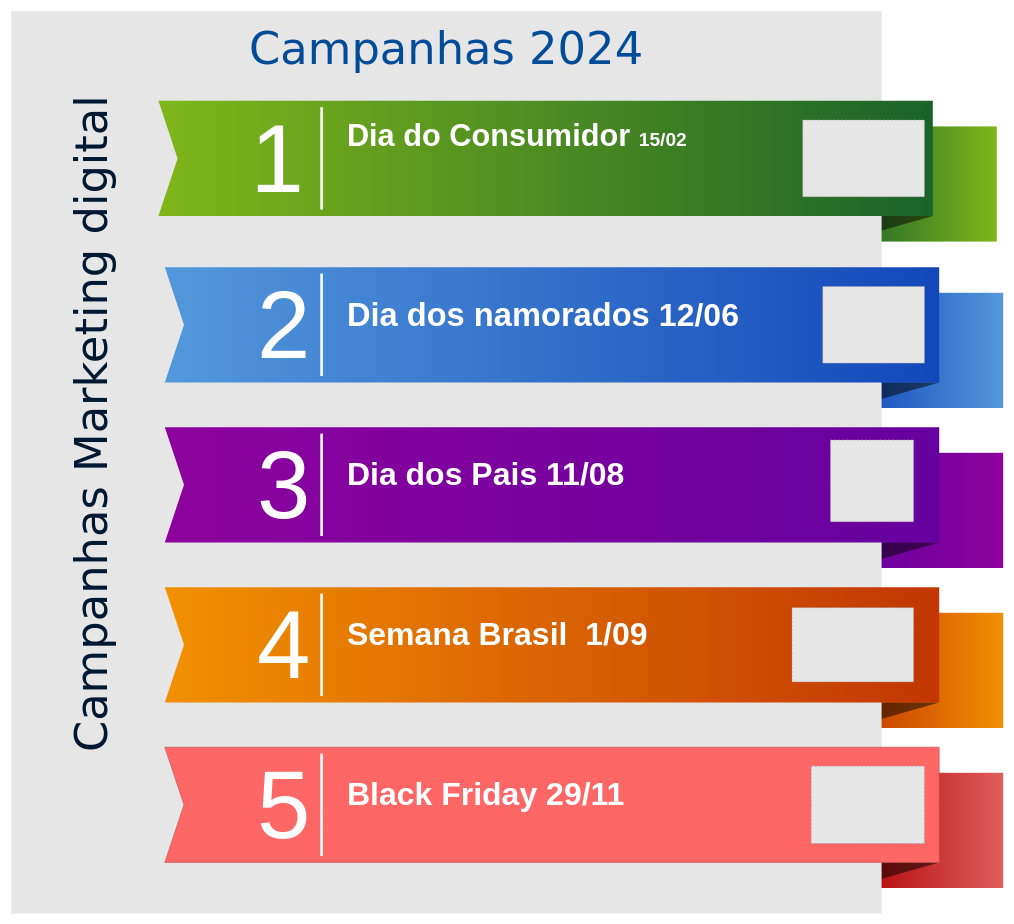
The draw.io diagram diagramas/campanhas.drawio in BrunoMRTZ/labcx, before the edit. Source tidied: cells renumbered, new cells numbered last; positions are measured from the earlier drawing's top-left corner, leaving out a move shared by most shapes. Both pictures are drawn from the tidied source at 64%, with x=0, y=0 at pixel (11, 11). Pictures stored in the file or linked from it are replaced by grey dashed boxes.
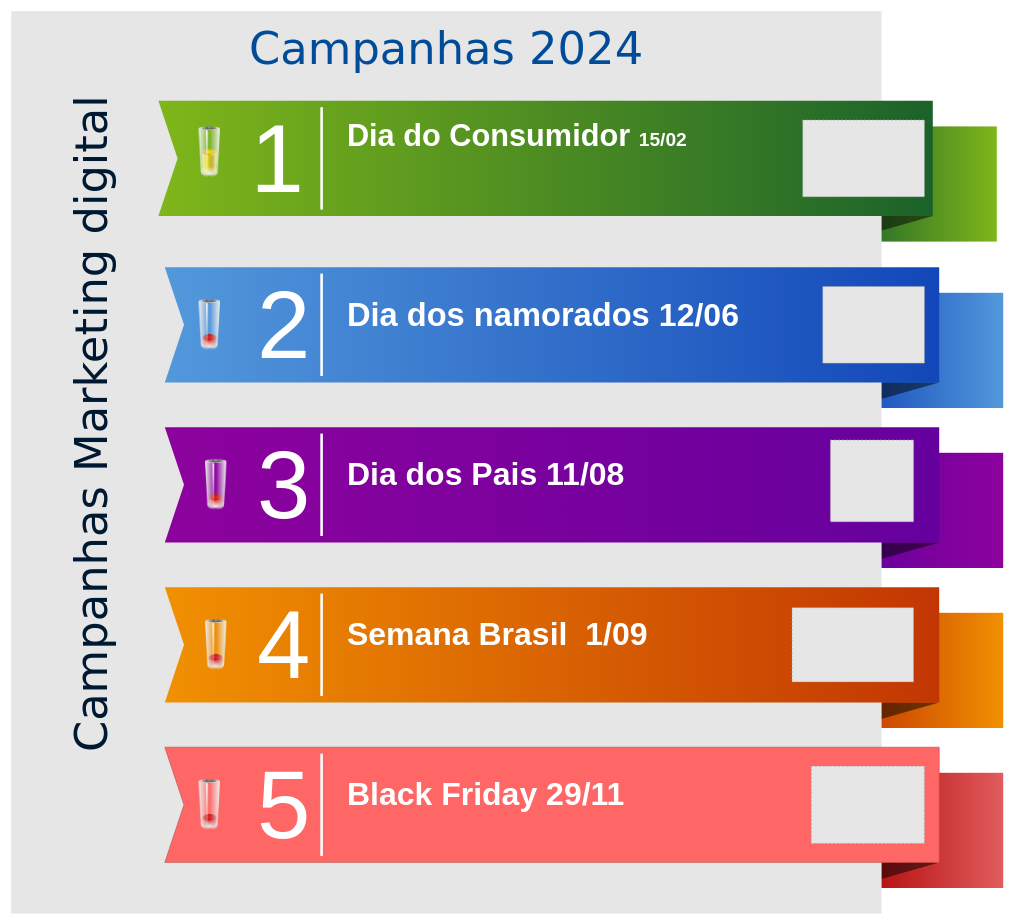
The same diagram, later.

Diff of the diagram source:
```diff
@@
     <mxCell id="29" value="&lt;h1 style=&quot;&quot;&gt;&lt;span style=&quot;font-size: 48px;&quot;&gt;Dia do Consumidor &lt;/span&gt;&lt;font style=&quot;font-size: 30px;&quot;&gt;15/02&lt;/font&gt;&lt;/h1&gt;&lt;p&gt;&lt;br&gt;&lt;/p&gt;" style="text;html=1;strokeColor=none;fillColor=none;spacing=5;spacingTop=-20;whiteSpace=wrap;overflow=hidden;rounded=0;shadow=0;dashed=0;fontFamily=Helvetica;fontSize=12;fontColor=#FFFFFF;align=left;" parent="1" vertex="1">
-      <mxGeometry x="520" y="160" width="670" height="80" as="geometry" />
+      <mxGeometry x="520" y="160" width="900" height="150" as="geometry" />
     </mxCell>
@@
+    <mxCell id="39" style="image;html=1;image=img/lib/clip_art/general/Battery_50_128x128.png;" parent="1" vertex="1">
+      <mxGeometry x="270" y="180" width="80" height="80" as="geometry" />
+    </mxCell>
+    <mxCell id="40" style="image;html=1;image=img/lib/clip_art/general/Battery_0_128x128.png;" parent="1" vertex="1">
+      <mxGeometry x="270" y="450" width="80" height="80" as="geometry" />
+    </mxCell>
+    <mxCell id="41" style="image;html=1;image=img/lib/clip_art/general/Battery_0_128x128.png;" parent="1" vertex="1">
+      <mxGeometry x="280" y="700" width="80" height="80" as="geometry" />
+    </mxCell>
+    <mxCell id="42" style="image;html=1;image=img/lib/clip_art/general/Battery_0_128x128.png;" parent="1" vertex="1">
+      <mxGeometry x="280" y="950" width="80" height="80" as="geometry" />
+    </mxCell>
+    <mxCell id="43" style="image;html=1;image=img/lib/clip_art/general/Battery_0_128x128.png;" parent="1" vertex="1">
+      <mxGeometry x="270" y="1200" width="80" height="80" as="geometry" />
+    </mxCell>
```
